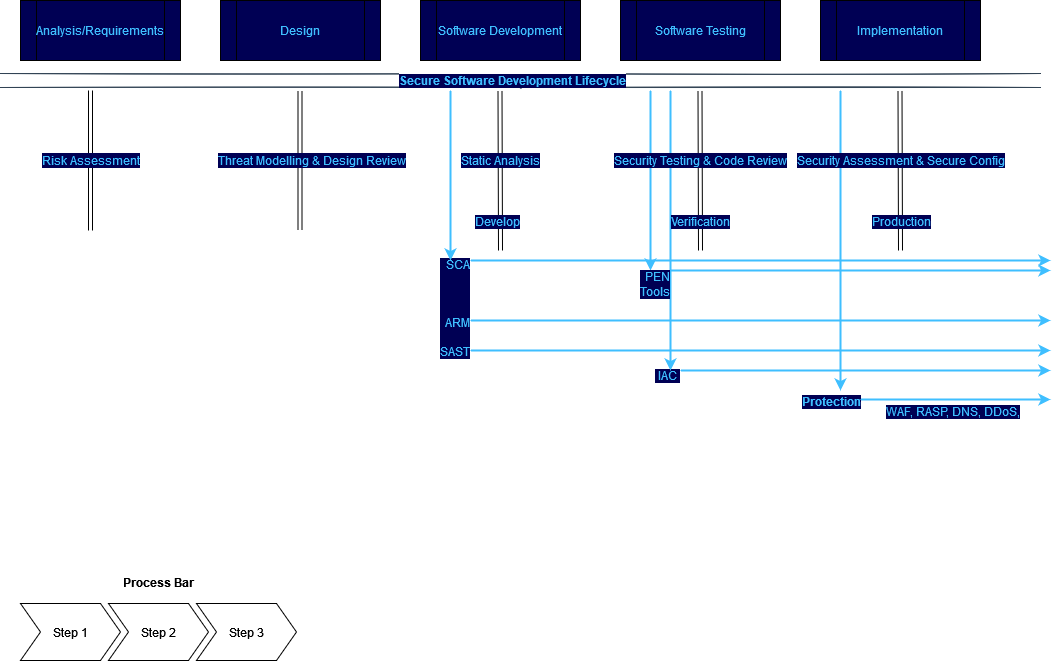
Earlier version of the draw.io export SDLC Service Mapping.png (Lino-DC/SDLC). Source tidied: cells renumbered, new cells last; positions are measured from the earlier drawing's top-left corner, leaving out a move shared by most shapes.
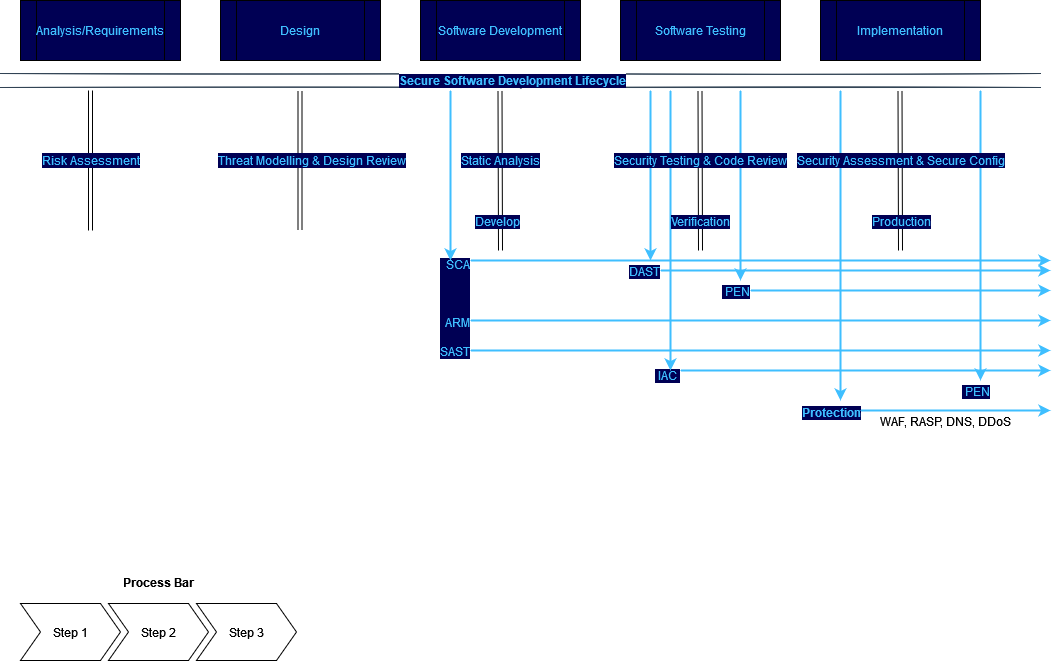
The same diagram one commit later.

Change to the diagram source:
```diff
@@ -2,6 +2,24 @@
   <root>
     <mxCell id="0" />
     <mxCell id="1" parent="0" />
+    <mxCell id="39" style="endArrow=classic;html=1;rounded=0;labelBackgroundColor=none;labelBorderColor=none;strokeColor=#3FBFFF;strokeWidth=2;" parent="1" edge="1">
+      <mxGeometry relative="1" as="geometry">
+        <mxPoint x="650" y="90" as="sourcePoint" />
+        <mxPoint x="650" y="260" as="targetPoint" />
+        <Array as="points">
+          <mxPoint x="650" y="230" />
+        </Array>
+      </mxGeometry>
+    </mxCell>
+    <mxCell id="40" style="endArrow=classic;html=1;rounded=0;labelBackgroundColor=none;labelBorderColor=none;strokeColor=#3FBFFF;strokeWidth=2;" parent="1" edge="1">
+      <mxGeometry relative="1" as="geometry">
+        <mxPoint x="980" y="90" as="sourcePoint" />
+        <mxPoint x="980" y="380" as="targetPoint" />
+        <Array as="points">
+          <mxPoint x="980" y="230" />
+        </Array>
+      </mxGeometry>
+    </mxCell>
     <mxCell id="2" value="Process Bar" style="swimlane;horizontal=1;fillColor=none;strokeColor=none;stackBorder=10;align=center;fontColor=#000000;" parent="1" vertex="1">
       <mxGeometry x="10" y="570" width="296" height="100" as="geometry" />
     </mxCell>
@@ -71,11 +89,8 @@
     <mxCell id="18" value="&lt;div&gt;&amp;nbsp;IAC&amp;nbsp; &lt;br&gt;&lt;/div&gt;" style="edgeLabel;html=1;align=right;verticalAlign=bottom;labelBackgroundColor=#000054;fontSize=12;fontColor=#3FBFFF;fillColor=#000054;" parent="1" vertex="1">
       <mxGeometry x="680" y="384" as="geometry" />
     </mxCell>
-    <mxCell id="19" value="&lt;div&gt;WAF, RASP, DNS, DDoS, &lt;br&gt;&lt;/div&gt;" style="edgeLabel;html=1;align=right;verticalAlign=bottom;labelBackgroundColor=#000054;fontSize=12;fontColor=#3FBFFF;fillColor=#000054;" parent="1" vertex="1">
-      <mxGeometry x="1020" y="420" as="geometry" />
-    </mxCell>
     <mxCell id="20" value="&lt;b&gt;&lt;font style=&quot;font-size: 12px&quot;&gt;&lt;span style=&quot;background-color: rgb(0 , 0 , 84)&quot;&gt;Protection&lt;br&gt;&lt;/span&gt;&lt;/font&gt;&lt;/b&gt;" style="edgeLabel;html=1;align=center;verticalAlign=middle;fontColor=#3FBFFF;" parent="1" vertex="1">
-      <mxGeometry x="830" y="400" as="geometry" />
+      <mxGeometry x="830" y="411" as="geometry" />
     </mxCell>
     <mxCell id="21" style="endArrow=classic;html=1;rounded=0;labelBackgroundColor=none;labelBorderColor=none;strokeColor=#3FBFFF;strokeWidth=2;" parent="1" edge="1">
       <mxGeometry relative="1" as="geometry">
@@ -85,7 +100,7 @@
     </mxCell>
     <mxCell id="22" style="endArrow=classic;html=1;rounded=0;labelBackgroundColor=none;labelBorderColor=none;strokeColor=#3FBFFF;strokeWidth=2;" parent="1" edge="1">
       <mxGeometry relative="1" as="geometry">
-        <mxPoint x="670" y="270" as="sourcePoint" />
+        <mxPoint x="660" y="270" as="sourcePoint" />
         <mxPoint x="1050" y="270" as="targetPoint" />
       </mxGeometry>
     </mxCell>
@@ -109,8 +124,8 @@
     </mxCell>
     <mxCell id="26" style="endArrow=classic;html=1;rounded=0;labelBackgroundColor=none;labelBorderColor=none;strokeColor=#3FBFFF;strokeWidth=2;" parent="1" edge="1">
       <mxGeometry relative="1" as="geometry">
-        <mxPoint x="860" y="399" as="sourcePoint" />
-        <mxPoint x="1050" y="399" as="targetPoint" />
+        <mxPoint x="860" y="410" as="sourcePoint" />
+        <mxPoint x="1050" y="410" as="targetPoint" />
       </mxGeometry>
     </mxCell>
     <mxCell id="27" style="endArrow=classic;html=1;rounded=0;labelBackgroundColor=none;labelBorderColor=none;strokeColor=#3FBFFF;strokeWidth=2;" parent="1" edge="1">
@@ -122,15 +137,15 @@
     <mxCell id="28" style="endArrow=classic;html=1;rounded=0;labelBackgroundColor=none;labelBorderColor=none;strokeColor=#3FBFFF;strokeWidth=2;" parent="1" edge="1">
       <mxGeometry relative="1" as="geometry">
         <mxPoint x="840" y="90" as="sourcePoint" />
-        <mxPoint x="840" y="390" as="targetPoint" />
+        <mxPoint x="840" y="400" as="targetPoint" />
       </mxGeometry>
     </mxCell>
     <mxCell id="29" style="endArrow=classic;html=1;rounded=0;labelBackgroundColor=none;labelBorderColor=none;strokeColor=#3FBFFF;strokeWidth=2;" parent="1" edge="1">
       <mxGeometry relative="1" as="geometry">
-        <mxPoint x="650" y="90" as="sourcePoint" />
-        <mxPoint x="650" y="270" as="targetPoint" />
+        <mxPoint x="740" y="90" as="sourcePoint" />
+        <mxPoint x="740" y="280" as="targetPoint" />
         <Array as="points">
-          <mxPoint x="650" y="230" />
+          <mxPoint x="740" y="230" />
         </Array>
       </mxGeometry>
     </mxCell>
@@ -145,9 +160,9 @@
         <mxPoint y="-10" as="offset" />
       </mxGeometry>
     </mxCell>
-    <mxCell id="32" value="&lt;div&gt;PEN&lt;/div&gt;&lt;div&gt;Tools&lt;br&gt;&lt;/div&gt;" style="edgeLabel;html=1;align=right;verticalAlign=bottom;labelBackgroundColor=#000054;fontSize=12;fontColor=#3FBFFF;fillColor=#000054;" parent="30" vertex="1">
+    <mxCell id="32" value="DAST" style="edgeLabel;html=1;align=right;verticalAlign=bottom;labelBackgroundColor=#000054;fontSize=12;fontColor=#3FBFFF;fillColor=#000054;" parent="30" vertex="1">
       <mxGeometry x="1" relative="1" as="geometry">
-        <mxPoint x="-30" y="50" as="offset" />
+        <mxPoint x="-40" y="30" as="offset" />
       </mxGeometry>
     </mxCell>
     <mxCell id="33" style="endArrow=classic;html=1;rounded=1;shadow=0;labelBackgroundColor=#000054;sketch=0;fontSize=12;fontColor=#3FBFFF;strokeColor=default;strokeWidth=1;shape=link;elbow=vertical;" parent="1" edge="1">
@@ -181,5 +196,20 @@
     <mxCell id="38" value="Verification" style="edgeLabel;html=1;align=right;verticalAlign=bottom;labelBackgroundColor=#000054;fontSize=12;fontColor=#3FBFFF;fillColor=#000054;" parent="1" vertex="1">
       <mxGeometry x="730" y="230" as="geometry" />
     </mxCell>
+    <mxCell id="41" value="WAF, RASP, DNS, DDoS" style="text;html=1;align=center;verticalAlign=middle;strokeColor=none;fillColor=none;" parent="1" vertex="1">
+      <mxGeometry x="870" y="411" width="150" height="20" as="geometry" />
+    </mxCell>
+    <mxCell id="42" value="&lt;div&gt;&amp;nbsp;PEN &lt;br&gt;&lt;/div&gt;" style="edgeLabel;html=1;align=right;verticalAlign=bottom;labelBackgroundColor=#000054;fontSize=12;fontColor=#3FBFFF;fillColor=#000054;" parent="1" vertex="1">
+      <mxGeometry x="750" y="300" as="geometry" />
+    </mxCell>
+    <mxCell id="43" style="endArrow=classic;html=1;rounded=0;labelBackgroundColor=none;labelBorderColor=none;strokeColor=#3FBFFF;strokeWidth=2;" parent="1" edge="1">
+      <mxGeometry relative="1" as="geometry">
+        <mxPoint x="750" y="290" as="sourcePoint" />
+        <mxPoint x="1050" y="290" as="targetPoint" />
+      </mxGeometry>
+    </mxCell>
+    <mxCell id="44" value="&lt;div&gt;&amp;nbsp;PEN &lt;br&gt;&lt;/div&gt;" style="edgeLabel;html=1;align=right;verticalAlign=bottom;labelBackgroundColor=#000054;fontSize=12;fontColor=#3FBFFF;fillColor=#000054;" parent="1" vertex="1">
+      <mxGeometry x="990" y="400" as="geometry" />
+    </mxCell>
   </root>
 </mxGraphModel>
```
